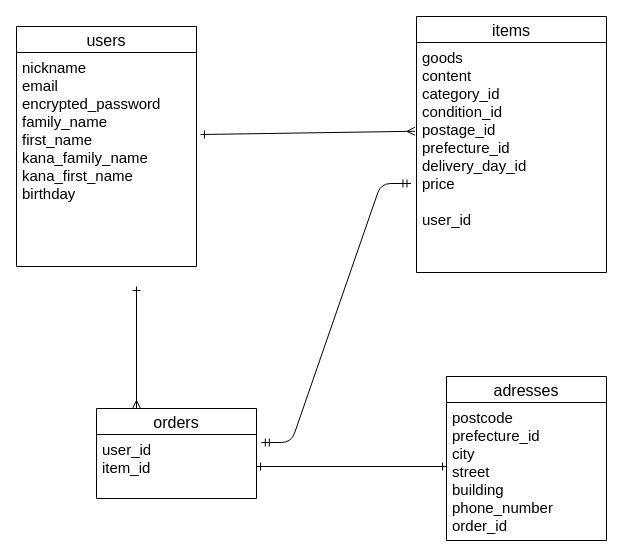
This is er.dio from snocoh/furima-38972, a draw.io file, before an edit. Source tidied: cells renumbered, new cells numbered last; positions are measured from the earlier drawing's top-left corner, leaving out a move shared by most shapes. Both pictures are drawn from the tidied source at 100%, with x=0, y=0 at pixel (16, 16).
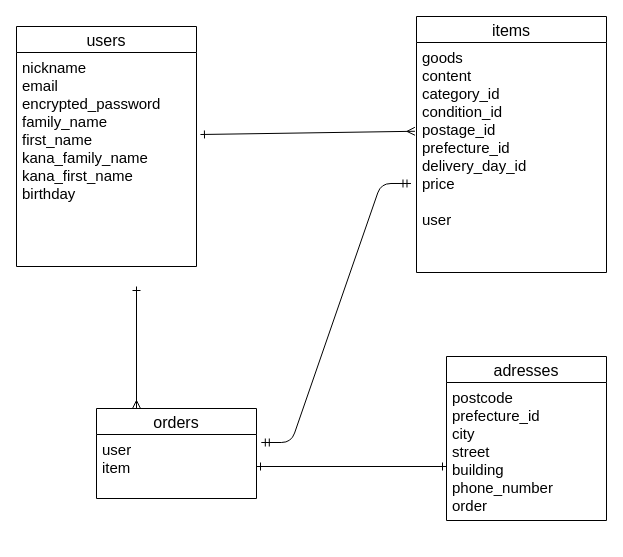
After the change.

Commit message (it also covers changes not shown here):
各テーブル修正１

Change to the diagram source:
```diff
@@
 <mxGraphModel>
   <root>
     <mxCell id="0" />
     <mxCell id="1" parent="0" />
     <mxCell id="2" value="users" style="swimlane;fontStyle=0;horizontal=1;startSize=26;align=center;fontSize=16;" parent="1" vertex="1">
       <mxGeometry y="10" width="180" height="240" as="geometry" />
     </mxCell>
     <mxCell id="3" value="items" style="swimlane;fontStyle=0;horizontal=1;startSize=26;align=center;fontSize=16;" parent="1" vertex="1">
       <mxGeometry x="400" width="190" height="256" as="geometry" />
     </mxCell>
-    <mxCell id="4" value="goods&#10;content&#10;category_id&#10;condition_id&#10;postage_id&#10;prefecture_id&#10;delivery_day_id&#10;price&#10;&#10;user_id" style="text;strokeColor=none;fillColor=none;spacingLeft=4;spacingRight=4;overflow=hidden;points=[[0,0.5],[1,0.5]];portConstraint=eastwest;fontSize=15;" parent="3" vertex="1">
+    <mxCell id="4" value="goods&#10;content&#10;category_id&#10;condition_id&#10;postage_id&#10;prefecture_id&#10;delivery_day_id&#10;price&#10;&#10;user" style="text;strokeColor=none;fillColor=none;spacingLeft=4;spacingRight=4;overflow=hidden;points=[[0,0.5],[1,0.5]];portConstraint=eastwest;fontSize=15;" parent="3" vertex="1">
       <mxGeometry y="26" width="190" height="230" as="geometry" />
     </mxCell>
     <mxCell id="5" value="orders" style="swimlane;fontStyle=0;horizontal=1;startSize=26;align=center;fontSize=16;" parent="1" vertex="1">
       <mxGeometry x="80" y="392" width="160" height="90" as="geometry" />
     </mxCell>
-    <mxCell id="6" value="user_id&#10;item_id" style="text;strokeColor=none;fillColor=none;spacingLeft=4;spacingRight=4;overflow=hidden;points=[[0,0.5],[1,0.5]];portConstraint=eastwest;fontSize=15;" parent="5" vertex="1">
+    <mxCell id="6" value="user&#10;item" style="text;strokeColor=none;fillColor=none;spacingLeft=4;spacingRight=4;overflow=hidden;points=[[0,0.5],[1,0.5]];portConstraint=eastwest;fontSize=15;" parent="5" vertex="1">
       <mxGeometry y="26" width="160" height="64" as="geometry" />
     </mxCell>
     <mxCell id="7" value="adresses" style="swimlane;fontStyle=0;horizontal=1;startSize=26;align=center;fontSize=16;" parent="1" vertex="1">
-      <mxGeometry x="430" y="360" width="160" height="164" as="geometry" />
+      <mxGeometry x="430" y="340" width="160" height="164" as="geometry" />
     </mxCell>
-    <mxCell id="8" value="postcode&#10;prefecture_id&#10;city&#10;street&#10;building&#10;phone_number&#10;order_id" style="text;strokeColor=none;fillColor=none;spacingLeft=4;spacingRight=4;overflow=hidden;fontSize=15;" parent="7" vertex="1">
+    <mxCell id="8" value="postcode&#10;prefecture_id&#10;city&#10;street&#10;building&#10;phone_number&#10;order" style="text;strokeColor=none;fillColor=none;spacingLeft=4;spacingRight=4;overflow=hidden;fontSize=15;" parent="7" vertex="1">
       <mxGeometry y="26" width="160" height="138" as="geometry" />
     </mxCell>
     <mxCell id="9" value="nickname&#10;email&#10;encrypted_password&#10;family_name&#10;first_name&#10;kana_family_name&#10;kana_first_name&#10;birthday" style="text;strokeColor=none;fillColor=none;spacingLeft=4;spacingRight=4;overflow=hidden;points=[[0,0.5],[1,0.5]];portConstraint=eastwest;fontSize=15;" parent="1" vertex="1">
       <mxGeometry y="36" width="180" height="204" as="geometry" />
     </mxCell>
     <mxCell id="10" style="edgeStyle=entityRelationEdgeStyle;fontSize=12;html=1;endArrow=ERmandOne;startArrow=ERmandOne;entryX=-0.029;entryY=0.613;entryDx=0;entryDy=0;entryPerimeter=0;exitX=1.03;exitY=0.125;exitDx=0;exitDy=0;exitPerimeter=0;" parent="1" edge="1" source="6" target="4">
       <mxGeometry relative="1" as="geometry" />
     </mxCell>
     <mxCell id="11" style="endArrow=ERone;html=1;rounded=0;startArrow=ERmany;startFill=0;exitX=0.25;exitY=0;exitDx=0;exitDy=0;endFill=0;" parent="1" edge="1" source="5">
       <mxGeometry relative="1" as="geometry">
         <mxPoint x="120" y="270" as="targetPoint" />
       </mxGeometry>
     </mxCell>
     <mxCell id="12" style="endArrow=ERmany;html=1;rounded=0;entryX=-0.008;entryY=0.386;entryDx=0;entryDy=0;entryPerimeter=0;endFill=0;exitX=1.022;exitY=0.402;exitDx=0;exitDy=0;exitPerimeter=0;startArrow=ERone;startFill=0;" parent="1" edge="1" source="9" target="4">
       <mxGeometry relative="1" as="geometry" />
     </mxCell>
     <mxCell id="13" style="endArrow=ERone;html=1;rounded=0;startArrow=ERone;startFill=0;endFill=0;" parent="1" edge="1">
       <mxGeometry relative="1" as="geometry">
         <mxPoint x="240" y="450" as="sourcePoint" />
         <mxPoint x="430" y="450" as="targetPoint" />
       </mxGeometry>
     </mxCell>
   </root>
 </mxGraphModel>
```
